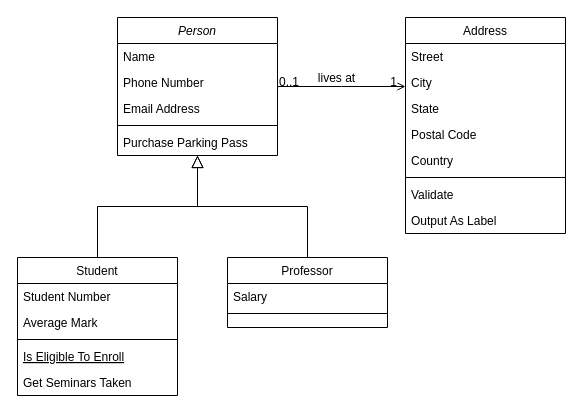
Earlier version of the draw.io diagram Minesweeper/Untitled Diagram.drawio (Juntian-Deng/C-Group-Projects). Source tidied: cells renumbered, new cells numbered last; positions are measured from the earlier drawing's top-left corner, leaving out a move shared by most shapes. Both pictures are drawn from the tidied source at 100%, with x=0, y=0 at pixel (17, 17).
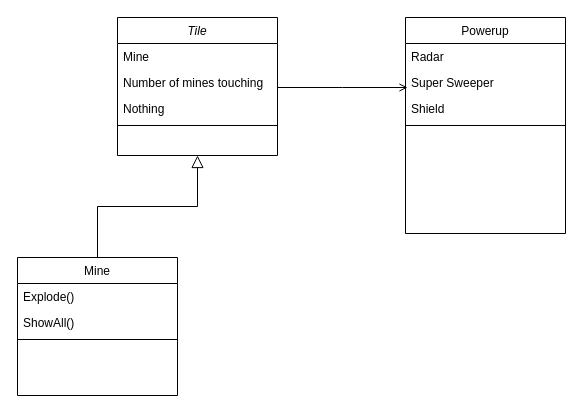
Above is the later version.

The edit, as a diff of the source:
```diff
@@
-    <mxCell id="2" value="Person" style="swimlane;fontStyle=2;align=center;verticalAlign=top;horizontal=1;startSize=26;rounded=0;shadow=0;strokeWidth=1;" parent="1" vertex="1">
+    <mxCell id="2" value="Tile" style="swimlane;fontStyle=2;align=center;verticalAlign=top;horizontal=1;startSize=26;rounded=0;shadow=0;strokeWidth=1;" parent="1" vertex="1">
       <mxGeometry x="100" width="160" height="138" as="geometry" />
     </mxCell>
-    <mxCell id="3" value="Name" style="text;align=left;verticalAlign=top;spacingLeft=4;spacingRight=4;overflow=hidden;" parent="2" vertex="1">
+    <mxCell id="3" value="Mine" style="text;align=left;verticalAlign=top;spacingLeft=4;spacingRight=4;overflow=hidden;" parent="2" vertex="1">
       <mxGeometry y="26" width="160" height="26" as="geometry" />
     </mxCell>
-    <mxCell id="4" value="Phone Number" style="text;align=left;verticalAlign=top;spacingLeft=4;spacingRight=4;overflow=hidden;rounded=0;shadow=0;html=0;" parent="2" vertex="1">
+    <mxCell id="4" value="Number of mines touching" style="text;align=left;verticalAlign=top;spacingLeft=4;spacingRight=4;overflow=hidden;rounded=0;shadow=0;html=0;" parent="2" vertex="1">
       <mxGeometry y="52" width="160" height="26" as="geometry" />
     </mxCell>
-    <mxCell id="5" value="Email Address" style="text;align=left;verticalAlign=top;spacingLeft=4;spacingRight=4;overflow=hidden;rounded=0;shadow=0;html=0;" parent="2" vertex="1">
+    <mxCell id="5" value="Nothing" style="text;align=left;verticalAlign=top;spacingLeft=4;spacingRight=4;overflow=hidden;rounded=0;shadow=0;html=0;" parent="2" vertex="1">
       <mxGeometry y="78" width="160" height="26" as="geometry" />
     </mxCell>
@@
-    <mxCell id="7" value="Purchase Parking Pass" style="text;align=left;verticalAlign=top;spacingLeft=4;spacingRight=4;overflow=hidden;" parent="2" vertex="1">
-      <mxGeometry y="112" width="160" height="26" as="geometry" />
-    </mxCell>
-    <mxCell id="8" value="Student" style="swimlane;fontStyle=0;align=center;verticalAlign=top;horizontal=1;startSize=26;rounded=0;shadow=0;strokeWidth=1;" parent="1" vertex="1">
+    <mxCell id="8" value="Mine" style="swimlane;fontStyle=0;align=center;verticalAlign=top;horizontal=1;startSize=26;rounded=0;shadow=0;strokeWidth=1;" parent="1" vertex="1">
       <mxGeometry y="240" width="160" height="138" as="geometry" />
     </mxCell>
-    <mxCell id="9" value="Student Number" style="text;align=left;verticalAlign=top;spacingLeft=4;spacingRight=4;overflow=hidden;" parent="8" vertex="1">
+    <mxCell id="9" value="Explode()" style="text;align=left;verticalAlign=top;spacingLeft=4;spacingRight=4;overflow=hidden;" parent="8" vertex="1">
       <mxGeometry y="26" width="160" height="26" as="geometry" />
     </mxCell>
-    <mxCell id="10" value="Average Mark" style="text;align=left;verticalAlign=top;spacingLeft=4;spacingRight=4;overflow=hidden;rounded=0;shadow=0;html=0;" parent="8" vertex="1">
+    <mxCell id="10" value="ShowAll()" style="text;align=left;verticalAlign=top;spacingLeft=4;spacingRight=4;overflow=hidden;rounded=0;shadow=0;html=0;" parent="8" vertex="1">
       <mxGeometry y="52" width="160" height="26" as="geometry" />
     </mxCell>
@@
-    <mxCell id="12" value="Is Eligible To Enroll" style="text;align=left;verticalAlign=top;spacingLeft=4;spacingRight=4;overflow=hidden;fontStyle=4;" parent="8" vertex="1">
-      <mxGeometry y="86" width="160" height="26" as="geometry" />
-    </mxCell>
-    <mxCell id="13" value="Get Seminars Taken" style="text;align=left;verticalAlign=top;spacingLeft=4;spacingRight=4;overflow=hidden;" parent="8" vertex="1">
-      <mxGeometry y="112" width="160" height="26" as="geometry" />
-    </mxCell>
@@
-    <mxCell id="15" value="Professor" style="swimlane;fontStyle=0;align=center;verticalAlign=top;horizontal=1;startSize=26;rounded=0;shadow=0;strokeWidth=1;" parent="1" vertex="1">
-      <mxGeometry x="210" y="240" width="160" height="70" as="geometry" />
-    </mxCell>
-    <mxCell id="16" value="Salary" style="text;align=left;verticalAlign=top;spacingLeft=4;spacingRight=4;overflow=hidden;" parent="15" vertex="1">
-      <mxGeometry y="26" width="160" height="26" as="geometry" />
-    </mxCell>
-    <mxCell id="17" style="line;html=1;strokeWidth=1;align=left;verticalAlign=middle;spacingTop=-1;spacingLeft=3;spacingRight=3;labelPosition=right;" parent="15" vertex="1">
-      <mxGeometry y="52" width="160" height="8" as="geometry" />
-    </mxCell>
-    <mxCell id="18" style="endArrow=block;endSize=10;endFill=0;shadow=0;strokeWidth=1;rounded=0;edgeStyle=elbowEdgeStyle;elbow=vertical;" parent="1" edge="1" source="15" target="2">
-      <mxGeometry relative="1" as="geometry" />
-    </mxCell>
-    <mxCell id="19" value="Address" style="swimlane;fontStyle=0;align=center;verticalAlign=top;horizontal=1;startSize=26;rounded=0;shadow=0;strokeWidth=1;" parent="1" vertex="1">
+    <mxCell id="19" value="Powerup" style="swimlane;fontStyle=0;align=center;verticalAlign=top;horizontal=1;startSize=26;rounded=0;shadow=0;strokeWidth=1;" parent="1" vertex="1">
       <mxGeometry x="388" width="160" height="216" as="geometry" />
     </mxCell>
-    <mxCell id="20" value="Street" style="text;align=left;verticalAlign=top;spacingLeft=4;spacingRight=4;overflow=hidden;" parent="19" vertex="1">
+    <mxCell id="20" value="Radar" style="text;align=left;verticalAlign=top;spacingLeft=4;spacingRight=4;overflow=hidden;" parent="19" vertex="1">
       <mxGeometry y="26" width="160" height="26" as="geometry" />
     </mxCell>
-    <mxCell id="21" value="City" style="text;align=left;verticalAlign=top;spacingLeft=4;spacingRight=4;overflow=hidden;rounded=0;shadow=0;html=0;" parent="19" vertex="1">
+    <mxCell id="21" value="Super Sweeper" style="text;align=left;verticalAlign=top;spacingLeft=4;spacingRight=4;overflow=hidden;rounded=0;shadow=0;html=0;" parent="19" vertex="1">
       <mxGeometry y="52" width="160" height="26" as="geometry" />
     </mxCell>
-    <mxCell id="22" value="State" style="text;align=left;verticalAlign=top;spacingLeft=4;spacingRight=4;overflow=hidden;rounded=0;shadow=0;html=0;" parent="19" vertex="1">
+    <mxCell id="22" value="Shield" style="text;align=left;verticalAlign=top;spacingLeft=4;spacingRight=4;overflow=hidden;rounded=0;shadow=0;html=0;" parent="19" vertex="1">
       <mxGeometry y="78" width="160" height="26" as="geometry" />
     </mxCell>
-    <mxCell id="23" value="Postal Code" style="text;align=left;verticalAlign=top;spacingLeft=4;spacingRight=4;overflow=hidden;rounded=0;shadow=0;html=0;" parent="19" vertex="1">
-      <mxGeometry y="104" width="160" height="26" as="geometry" />
-    </mxCell>
-    <mxCell id="24" value="Country" style="text;align=left;verticalAlign=top;spacingLeft=4;spacingRight=4;overflow=hidden;rounded=0;shadow=0;html=0;" parent="19" vertex="1">
-      <mxGeometry y="130" width="160" height="26" as="geometry" />
-    </mxCell>
     <mxCell id="25" style="line;html=1;strokeWidth=1;align=left;verticalAlign=middle;spacingTop=-1;spacingLeft=3;spacingRight=3;labelPosition=right;" parent="19" vertex="1">
-      <mxGeometry y="156" width="160" height="8" as="geometry" />
+      <mxGeometry y="104" width="160" height="8" as="geometry" />
     </mxCell>
-    <mxCell id="26" value="Validate" style="text;align=left;verticalAlign=top;spacingLeft=4;spacingRight=4;overflow=hidden;" parent="19" vertex="1">
-      <mxGeometry y="164" width="160" height="26" as="geometry" />
-    </mxCell>
-    <mxCell id="27" value="Output As Label" style="text;align=left;verticalAlign=top;spacingLeft=4;spacingRight=4;overflow=hidden;" parent="19" vertex="1">
-      <mxGeometry y="190" width="160" height="26" as="geometry" />
-    </mxCell>
-    <mxCell id="28" style="endArrow=open;shadow=0;strokeWidth=1;rounded=0;endFill=1;edgeStyle=elbowEdgeStyle;elbow=vertical;" parent="1" edge="1" source="2" target="19">
+    <mxCell id="28" style="endArrow=open;shadow=0;strokeWidth=1;rounded=0;endFill=1;edgeStyle=elbowEdgeStyle;elbow=vertical;" parent="1" edge="1" source="2">
       <mxGeometry x="0.5" y="41" relative="1" as="geometry">
+        <mxPoint x="390" y="70" as="targetPoint" />
+        <Array as="points">
+          <mxPoint x="325" y="70" />
+        </Array>
         <mxPoint x="-40" y="32" as="offset" />
       </mxGeometry>
     </mxCell>
-    <mxCell id="29" value="0..1" style="align=left;verticalAlign=bottom;labelBackgroundColor=none;fontSize=12;" parent="28" vertex="1">
-      <mxGeometry x="-1" relative="1" as="geometry">
-        <mxPoint y="4" as="offset" />
-      </mxGeometry>
-    </mxCell>
-    <mxCell id="30" value="1" style="align=right;verticalAlign=bottom;labelBackgroundColor=none;fontSize=12;" parent="28" vertex="1">
-      <mxGeometry x="1" relative="1" as="geometry">
-        <mxPoint x="-7" y="4" as="offset" />
-      </mxGeometry>
-    </mxCell>
-    <mxCell id="31" value="lives at" style="text;html=1;align=center;verticalAlign=middle;labelBackgroundColor=none;rounded=0;shadow=0;strokeWidth=1;fontSize=12;" parent="28" vertex="1">
-      <mxGeometry x="0.5" y="49" relative="1" as="geometry">
-        <mxPoint x="-38" y="40" as="offset" />
-      </mxGeometry>
-    </mxCell>
```
